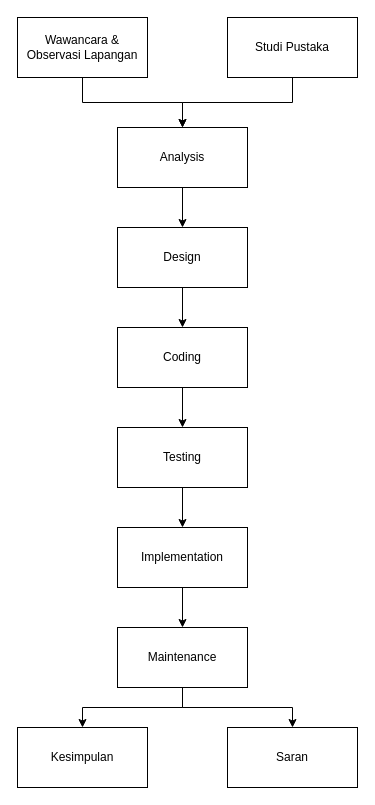
The draw.io diagram page "Page-9" (9 of 10) of SIAKAD ERD.drawio in RidhoAnshory/drawiocloud, before the edit. Source tidied: cells renumbered, new cells numbered last; positions are measured from the earlier drawing's top-left corner, leaving out a move shared by most shapes. Both pictures are drawn from the tidied source at 100%, with x=0, y=0 at pixel (17, 17).
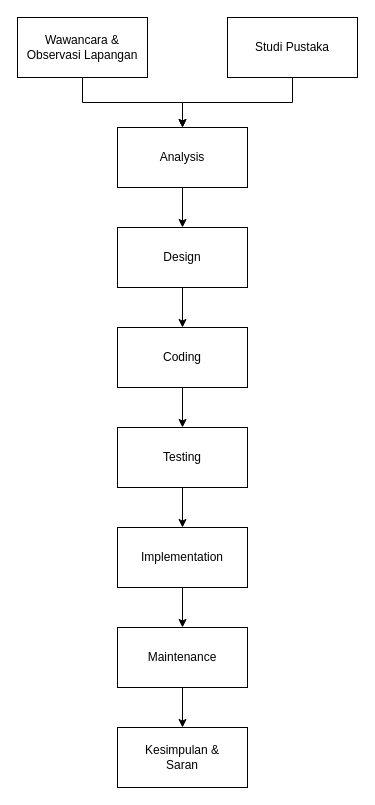
The same diagram, later.

Unchanged cells that the change refers to:
```xml
<mxCell id="20" value="Maintenance" style="rounded=0;whiteSpace=wrap;html=1;" parent="1" vertex="1">
  <mxGeometry x="100" y="610" width="130" height="60" as="geometry" />
</mxCell>
```

What changed in the source:
```diff
@@
-    <mxCell id="15" style="edgeStyle=orthogonalEdgeStyle;rounded=0;jettySize=auto;html=1;endArrow=classic;endFill=1;exitX=0.5;exitY=1;exitDx=0;exitDy=0;" parent="1" edge="1" source="20" target="19">
-      <mxGeometry relative="1" as="geometry" />
-    </mxCell>
@@
-    <mxCell id="18" value="Kesimpulan" style="rounded=0;whiteSpace=wrap;html=1;" parent="1" vertex="1">
-      <mxGeometry y="710" width="130" height="60" as="geometry" />
+    <mxCell id="18" value="Kesimpulan &amp;amp;&lt;br&gt;Saran" style="rounded=0;whiteSpace=wrap;html=1;" parent="1" vertex="1">
+      <mxGeometry x="100" y="710" width="130" height="60" as="geometry" />
     </mxCell>
-    <mxCell id="19" value="Saran" style="rounded=0;whiteSpace=wrap;html=1;" parent="1" vertex="1">
-      <mxGeometry x="210" y="710" width="130" height="60" as="geometry" />
-    </mxCell>
```
